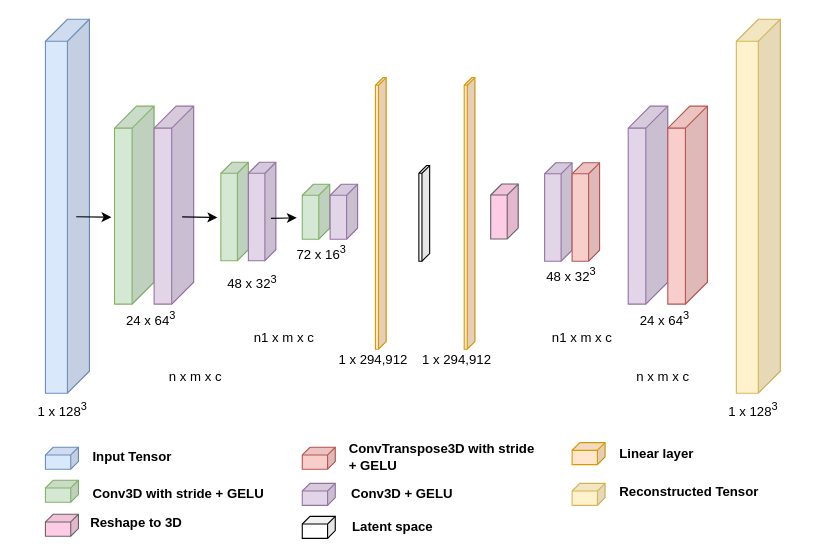
MarcelRosier/thesis keeps this draw.io diagram as thesis/figures/autoencoder.drawio. Above is the earlier version. Source tidied: cells renumbered, new cells numbered last; positions are measured from the earlier drawing's top-left corner, leaving out a move shared by most shapes. Both pictures are drawn from the tidied source at 110%, with x=0, y=0 at pixel (19, 19).
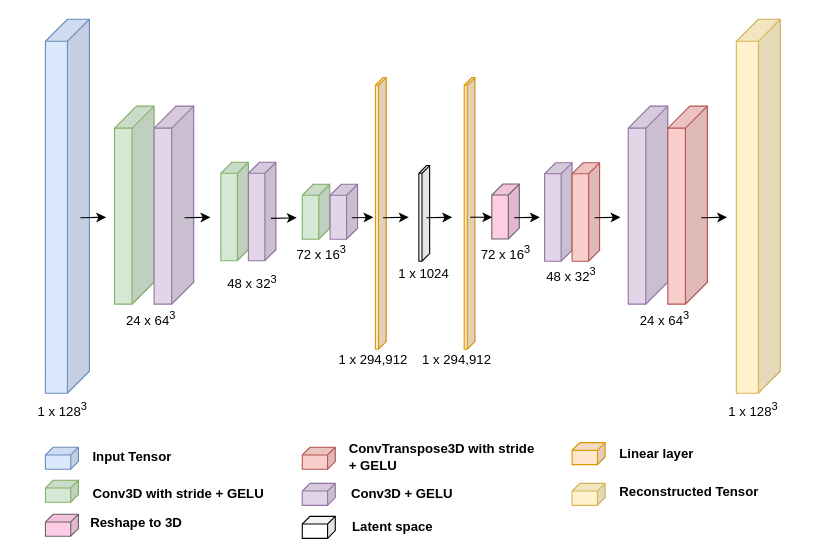
Above is the later version.

Diff of the diagram source:
```diff
@@
-    <mxCell id="8" value="n x m x c" style="text;html=1;strokeColor=none;fillColor=none;align=center;verticalAlign=middle;whiteSpace=wrap;rounded=0;" parent="1" vertex="1">
-      <mxGeometry x="110.6" y="310" width="99" height="30" as="geometry" />
-    </mxCell>
@@
-    <mxCell id="15" value="n x m x c" style="text;html=1;strokeColor=none;fillColor=none;align=center;verticalAlign=middle;whiteSpace=wrap;rounded=0;" parent="1" vertex="1">
-      <mxGeometry x="535.6" y="310" width="99" height="30" as="geometry" />
-    </mxCell>
-    <mxCell id="16" value="n1 x m x c" style="text;html=1;strokeColor=none;fillColor=none;align=center;verticalAlign=middle;whiteSpace=wrap;rounded=0;dashed=1;dashPattern=1 1;" parent="1" vertex="1">
-      <mxGeometry x="200.6" y="280" width="80" height="20" as="geometry" />
-    </mxCell>
@@
-    <mxCell id="18" value="n1 x m x c" style="text;html=1;strokeColor=none;fillColor=none;align=center;verticalAlign=middle;whiteSpace=wrap;rounded=0;dashed=1;dashPattern=1 1;" parent="1" vertex="1">
-      <mxGeometry x="472.3" y="280" width="80" height="20" as="geometry" />
-    </mxCell>
@@
-    <mxCell id="26" style="endArrow=classic;html=1;rounded=0;" parent="1" edge="1">
-      <mxGeometry relative="1" as="geometry">
-        <mxPoint x="51.8" y="179.5" as="sourcePoint" />
-        <mxPoint x="83.8" y="180" as="targetPoint" />
-      </mxGeometry>
-    </mxCell>
-    <mxCell id="27" style="endArrow=classic;html=1;rounded=0;" parent="1" edge="1">
-      <mxGeometry relative="1" as="geometry">
-        <mxPoint x="148.1" y="179.7" as="sourcePoint" />
-        <mxPoint x="180.1" y="180.2" as="targetPoint" />
-      </mxGeometry>
-    </mxCell>
@@
     <mxCell id="35" style="shape=cube;whiteSpace=wrap;html=1;boundedLbl=1;backgroundOutline=1;darkOpacity=0.05;darkOpacity2=0.1;size=10;direction=east;flipH=1;fillColor=#FFCCE6;strokeColor=#666666;fontColor=#333333;" parent="1" vertex="1">
-      <mxGeometry x="428.6" y="149.8" width="25" height="50" as="geometry" />
+      <mxGeometry x="429.6" y="149.8" width="25" height="50" as="geometry" />
     </mxCell>
@@
+    <mxCell id="50" style="endArrow=classic;html=1;rounded=0;" parent="1" edge="1">
+      <mxGeometry relative="1" as="geometry">
+        <mxPoint x="302.3" y="180.5" as="sourcePoint" />
+        <mxPoint x="322" y="180" as="targetPoint" />
+      </mxGeometry>
+    </mxCell>
+    <mxCell id="51" style="endArrow=classic;html=1;rounded=0;" parent="1" edge="1">
+      <mxGeometry relative="1" as="geometry">
+        <mxPoint x="330.6" y="180.5" as="sourcePoint" />
+        <mxPoint x="354.1" y="180" as="targetPoint" />
+      </mxGeometry>
+    </mxCell>
+    <mxCell id="52" style="endArrow=classic;html=1;rounded=0;" parent="1" edge="1">
+      <mxGeometry relative="1" as="geometry">
+        <mxPoint x="370.1" y="180.5" as="sourcePoint" />
+        <mxPoint x="393.6" y="180" as="targetPoint" />
+      </mxGeometry>
+    </mxCell>
+    <mxCell id="53" style="endArrow=classic;html=1;rounded=0;" parent="1" edge="1">
+      <mxGeometry relative="1" as="geometry">
+        <mxPoint x="410" y="180" as="sourcePoint" />
+        <mxPoint x="430" y="180" as="targetPoint" />
+      </mxGeometry>
+    </mxCell>
+    <mxCell id="54" style="endArrow=classic;html=1;rounded=0;" parent="1" edge="1">
+      <mxGeometry relative="1" as="geometry">
+        <mxPoint x="449.8" y="180.5" as="sourcePoint" />
+        <mxPoint x="473.3" y="180" as="targetPoint" />
+      </mxGeometry>
+    </mxCell>
+    <mxCell id="55" style="endArrow=classic;html=1;rounded=0;" parent="1" edge="1">
+      <mxGeometry relative="1" as="geometry">
+        <mxPoint x="523" y="180.5" as="sourcePoint" />
+        <mxPoint x="546.6" y="180" as="targetPoint" />
+      </mxGeometry>
+    </mxCell>
+    <mxCell id="56" style="endArrow=classic;html=1;rounded=0;" parent="1" edge="1">
+      <mxGeometry relative="1" as="geometry">
+        <mxPoint x="620" y="180.5" as="sourcePoint" />
+        <mxPoint x="643.5" y="180" as="targetPoint" />
+      </mxGeometry>
+    </mxCell>
+    <mxCell id="57" style="endArrow=classic;html=1;rounded=0;" parent="1" edge="1">
+      <mxGeometry relative="1" as="geometry">
+        <mxPoint x="55.5" y="180.5" as="sourcePoint" />
+        <mxPoint x="79" y="180" as="targetPoint" />
+      </mxGeometry>
+    </mxCell>
+    <mxCell id="58" style="endArrow=classic;html=1;rounded=0;" parent="1" edge="1">
+      <mxGeometry relative="1" as="geometry">
+        <mxPoint x="150.3" y="180.5" as="sourcePoint" />
+        <mxPoint x="173.8" y="180" as="targetPoint" />
+      </mxGeometry>
+    </mxCell>
+    <mxCell id="59" value="1 x 1024" style="text;html=1;strokeColor=none;fillColor=none;align=center;verticalAlign=middle;whiteSpace=wrap;rounded=0;dashed=1;dashPattern=1 1;" parent="1" vertex="1">
+      <mxGeometry x="328.2" y="221.5" width="80" height="20" as="geometry" />
+    </mxCell>
+    <mxCell id="60" value="72 x 16&lt;sup&gt;3&lt;/sup&gt;" style="text;html=1;strokeColor=none;fillColor=none;align=center;verticalAlign=middle;whiteSpace=wrap;rounded=0;" parent="1" vertex="1">
+      <mxGeometry x="407.8" y="201.4" width="68.7" height="20.2" as="geometry" />
+    </mxCell>
```
